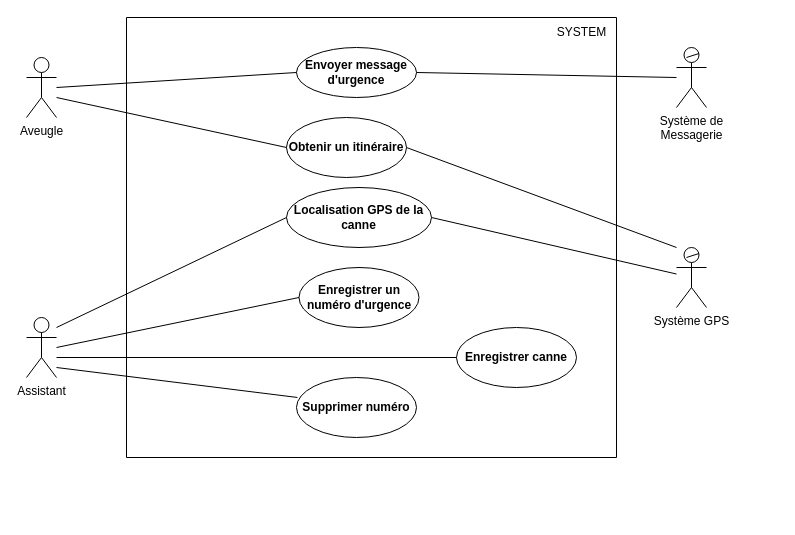
The draw.io diagram DIagrammes UML/4. Cas d'utilisation.drawio in JerMa25/OPEN-EYES, before the edit. Source tidied: cells renumbered, new cells numbered last; positions are measured from the earlier drawing's top-left corner, leaving out a move shared by most shapes. Both pictures are drawn from the tidied source at 100%, with x=0, y=0 at pixel (26, 17).
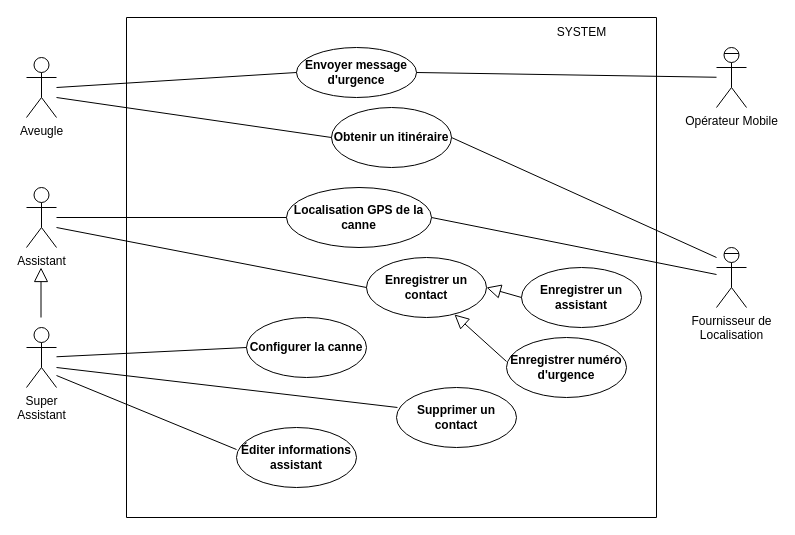
The same page after the edit.

Commit message (it also covers changes not shown here):
mis à jour: diagramme de cas d'utilisation

The change refers to these unchanged cells:
```xml
<mxCell id="3" value="&lt;b&gt;Envoyer message&lt;/b&gt;&lt;div&gt;&lt;b&gt;d'urgence&lt;/b&gt;&lt;/div&gt;" style="ellipse;whiteSpace=wrap;html=1;" parent="2" vertex="1">
  <mxGeometry x="170" y="30" width="120" height="50" as="geometry" />
</mxCell>
<mxCell id="4" value="&lt;b&gt;Localisation GPS de la canne&lt;/b&gt;" style="ellipse;whiteSpace=wrap;html=1;" parent="2" vertex="1">
  <mxGeometry x="160" y="170" width="145" height="60" as="geometry" />
</mxCell>
```

Change to the diagram source:
```diff
@@
     <mxCell id="2" style="swimlane;startSize=0;" parent="1" vertex="1">
-      <mxGeometry x="100" width="490" height="440" as="geometry" />
+      <mxGeometry x="100" width="530" height="500" as="geometry" />
     </mxCell>
@@
-    <mxCell id="5" value="&lt;b&gt;Enregistrer un numéro d'urgence&lt;/b&gt;" style="ellipse;whiteSpace=wrap;html=1;" parent="2" vertex="1">
-      <mxGeometry x="172.5" y="250" width="120" height="60" as="geometry" />
+    <mxCell id="5" value="&lt;b&gt;Enregistrer un contact&lt;/b&gt;" style="ellipse;whiteSpace=wrap;html=1;" parent="2" vertex="1">
+      <mxGeometry x="240" y="240" width="120" height="60" as="geometry" />
     </mxCell>
     <mxCell id="6" value="&lt;b&gt;Obtenir un itinéraire&lt;/b&gt;" style="ellipse;whiteSpace=wrap;html=1;" parent="2" vertex="1">
-      <mxGeometry x="160" y="100" width="120" height="60" as="geometry" />
+      <mxGeometry x="205" y="90" width="120" height="60" as="geometry" />
     </mxCell>
@@
-    <mxCell id="8" value="&lt;b&gt;Supprimer numéro&lt;/b&gt;" style="ellipse;whiteSpace=wrap;html=1;" parent="2" vertex="1">
-      <mxGeometry x="170" y="360" width="120" height="60" as="geometry" />
+    <mxCell id="8" value="&lt;b&gt;Supprimer un contact&lt;/b&gt;" style="ellipse;whiteSpace=wrap;html=1;" parent="2" vertex="1">
+      <mxGeometry x="270" y="370" width="120" height="60" as="geometry" />
     </mxCell>
-    <mxCell id="9" value="&lt;b&gt;Enregistrer canne&lt;/b&gt;" style="ellipse;whiteSpace=wrap;html=1;" parent="2" vertex="1">
-      <mxGeometry x="330" y="310" width="120" height="60" as="geometry" />
+    <mxCell id="9" value="&lt;b&gt;Configurer la canne&lt;/b&gt;" style="ellipse;whiteSpace=wrap;html=1;" parent="2" vertex="1">
+      <mxGeometry x="120" y="300" width="120" height="60" as="geometry" />
     </mxCell>
-    <mxCell id="10" style="endArrow=none;html=1;rounded=0;entryX=0;entryY=0.5;entryDx=0;entryDy=0;" parent="2" edge="1" target="9">
-      <mxGeometry relative="1" as="geometry">
-        <mxPoint x="-70" y="340" as="sourcePoint" />
-      </mxGeometry>
-    </mxCell>
     <mxCell id="11" style="endArrow=none;html=1;rounded=0;exitX=1;exitY=0.5;exitDx=0;exitDy=0;" parent="2" edge="1" source="6">
       <mxGeometry relative="1" as="geometry">
-        <mxPoint x="550" y="230" as="targetPoint" />
+        <mxPoint x="590" y="240" as="targetPoint" />
       </mxGeometry>
     </mxCell>
@@
+    <mxCell id="25" value="&lt;b&gt;Éditer informations assistant&lt;/b&gt;" style="ellipse;whiteSpace=wrap;html=1;" parent="2" vertex="1">
+      <mxGeometry x="110" y="410" width="120" height="60" as="geometry" />
+    </mxCell>
+    <mxCell id="26" value="&lt;b&gt;Enregistrer numéro d'urgence&lt;/b&gt;" style="ellipse;whiteSpace=wrap;html=1;" parent="2" vertex="1">
+      <mxGeometry x="380" y="320" width="120" height="60" as="geometry" />
+    </mxCell>
+    <mxCell id="27" value="&lt;b&gt;Enregistrer un assistant&lt;/b&gt;" style="ellipse;whiteSpace=wrap;html=1;" parent="2" vertex="1">
+      <mxGeometry x="395" y="250" width="120" height="60" as="geometry" />
+    </mxCell>
+    <mxCell id="28" style="endArrow=block;endFill=0;endSize=12;html=1;rounded=0;exitX=0;exitY=0.4;exitDx=0;exitDy=0;exitPerimeter=0;entryX=0.733;entryY=0.95;entryDx=0;entryDy=0;entryPerimeter=0;" parent="2" edge="1" source="26" target="5">
+      <mxGeometry relative="1" as="geometry" />
+    </mxCell>
+    <mxCell id="29" style="endArrow=block;endFill=0;endSize=12;html=1;rounded=0;exitX=0;exitY=0.5;exitDx=0;exitDy=0;entryX=1;entryY=0.5;entryDx=0;entryDy=0;" parent="2" edge="1" source="27" target="5">
+      <mxGeometry relative="1" as="geometry" />
+    </mxCell>
-    <mxCell id="13" value="Assistant" style="shape=umlActor;verticalLabelPosition=bottom;verticalAlign=top;html=1;outlineConnect=0;" parent="1" vertex="1">
-      <mxGeometry y="300" width="30" height="60" as="geometry" />
+    <mxCell id="13" value="Super&lt;div&gt;Assistant&lt;/div&gt;" style="shape=umlActor;verticalLabelPosition=bottom;verticalAlign=top;html=1;outlineConnect=0;" parent="1" vertex="1">
+      <mxGeometry y="310" width="30" height="60" as="geometry" />
     </mxCell>
@@
-    <mxCell id="15" value="Système de&lt;div&gt;Messagerie&lt;/div&gt;" style="shape=umlActor;verticalLabelPosition=bottom;verticalAlign=top;html=1;outlineConnect=0;" parent="1" vertex="1">
-      <mxGeometry x="650" y="30" width="30" height="60" as="geometry" />
+    <mxCell id="15" value="Opérateur Mobile" style="shape=umlActor;verticalLabelPosition=bottom;verticalAlign=top;html=1;outlineConnect=0;" parent="1" vertex="1">
+      <mxGeometry x="690" y="30" width="30" height="60" as="geometry" />
     </mxCell>
-    <mxCell id="16" value="Système GPS" style="shape=umlActor;verticalLabelPosition=bottom;verticalAlign=top;html=1;outlineConnect=0;" parent="1" vertex="1">
-      <mxGeometry x="650" y="230" width="30" height="60" as="geometry" />
+    <mxCell id="16" value="Fournisseur de&lt;div&gt;Localisation&lt;/div&gt;" style="shape=umlActor;verticalLabelPosition=bottom;verticalAlign=top;html=1;outlineConnect=0;" parent="1" vertex="1">
+      <mxGeometry x="690" y="230" width="30" height="60" as="geometry" />
     </mxCell>
     <mxCell id="17" style="endArrow=none;html=1;rounded=0;entryX=0;entryY=0.5;entryDx=0;entryDy=0;" parent="1" edge="1" target="5">
       <mxGeometry relative="1" as="geometry">
-        <mxPoint x="30" y="330" as="sourcePoint" />
+        <mxPoint x="30" y="210" as="sourcePoint" />
       </mxGeometry>
     </mxCell>
-    <mxCell id="18" style="endArrow=none;html=1;rounded=0;exitX=1;exitY=0.5;exitDx=0;exitDy=0;" parent="1" edge="1" source="3">
-      <mxGeometry relative="1" as="geometry">
-        <mxPoint x="650" y="60" as="targetPoint" />
-      </mxGeometry>
+    <mxCell id="18" style="endArrow=none;html=1;rounded=0;exitX=1;exitY=0.5;exitDx=0;exitDy=0;" parent="1" edge="1" source="3" target="15">
+      <mxGeometry relative="1" as="geometry" />
     </mxCell>
@@
-    <mxCell id="20" style="endArrow=none;html=1;rounded=0;entryX=0;entryY=0.5;entryDx=0;entryDy=0;" parent="1" edge="1" target="4">
-      <mxGeometry relative="1" as="geometry">
-        <mxPoint x="30" y="310" as="sourcePoint" />
-      </mxGeometry>
+    <mxCell id="20" style="endArrow=none;html=1;rounded=0;entryX=0;entryY=0.5;entryDx=0;entryDy=0;" parent="1" edge="1" source="30" target="4">
+      <mxGeometry relative="1" as="geometry" />
     </mxCell>
@@
-    <mxCell id="23" style="endArrow=none;html=1;rounded=0;entryX=0.75;entryY=0.1;entryDx=0;entryDy=0;entryPerimeter=0;" parent="1" edge="1" target="15">
-      <mxGeometry relative="1" as="geometry">
-        <mxPoint x="660" y="40" as="sourcePoint" />
-      </mxGeometry>
+    <mxCell id="23" style="endArrow=none;html=1;rounded=0;entryX=0.75;entryY=0.1;entryDx=0;entryDy=0;entryPerimeter=0;exitX=0.25;exitY=0.1;exitDx=0;exitDy=0;exitPerimeter=0;" parent="1" edge="1" source="15" target="15">
+      <mxGeometry relative="1" as="geometry" />
     </mxCell>
-    <mxCell id="24" style="endArrow=none;html=1;rounded=0;entryX=0.75;entryY=0.1;entryDx=0;entryDy=0;entryPerimeter=0;" parent="1" edge="1" target="16">
-      <mxGeometry relative="1" as="geometry">
-        <mxPoint x="660" y="240" as="sourcePoint" />
-      </mxGeometry>
+    <mxCell id="24" style="endArrow=none;html=1;rounded=0;entryX=0.75;entryY=0.1;entryDx=0;entryDy=0;entryPerimeter=0;exitX=0.25;exitY=0.1;exitDx=0;exitDy=0;exitPerimeter=0;" parent="1" edge="1" source="16" target="16">
+      <mxGeometry relative="1" as="geometry" />
     </mxCell>
+    <mxCell id="30" value="Assistant" style="shape=umlActor;verticalLabelPosition=bottom;verticalAlign=top;html=1;outlineConnect=0;" parent="1" vertex="1">
+      <mxGeometry y="170" width="30" height="60" as="geometry" />
+    </mxCell>
+    <mxCell id="10" style="endArrow=none;html=1;rounded=0;entryX=0;entryY=0.5;entryDx=0;entryDy=0;" parent="1" edge="1" source="13" target="9">
+      <mxGeometry relative="1" as="geometry" />
+    </mxCell>
+    <mxCell id="31" style="endArrow=block;endFill=0;endSize=12;html=1;rounded=0;" parent="1" edge="1">
+      <mxGeometry relative="1" as="geometry">
+        <mxPoint x="14.5" y="300" as="sourcePoint" />
+        <mxPoint x="14.5" y="250" as="targetPoint" />
+      </mxGeometry>
+    </mxCell>
+    <mxCell id="32" style="endArrow=none;html=1;rounded=0;entryX=0;entryY=0.367;entryDx=0;entryDy=0;entryPerimeter=0;" parent="1" edge="1" target="25">
+      <mxGeometry relative="1" as="geometry">
+        <mxPoint x="30" y="358" as="sourcePoint" />
+      </mxGeometry>
+    </mxCell>
```
